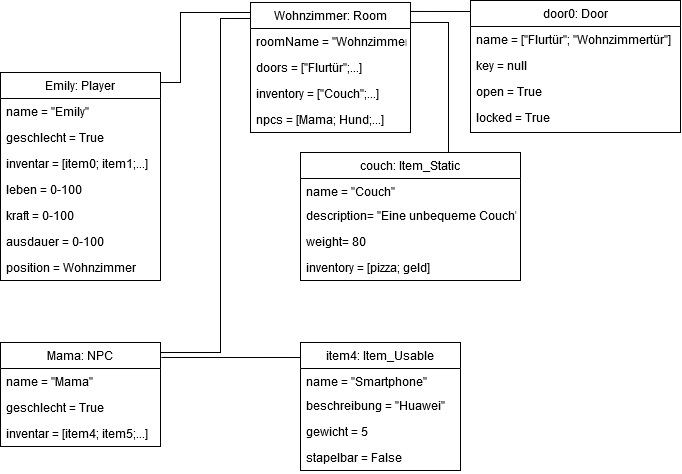
Earlier version of the draw.io export Objektdiagramm.png (Elegond/AE-Text-Adventure). Source tidied: cells renumbered, new cells last; positions are measured from the earlier drawing's top-left corner, leaving out a move shared by most shapes.
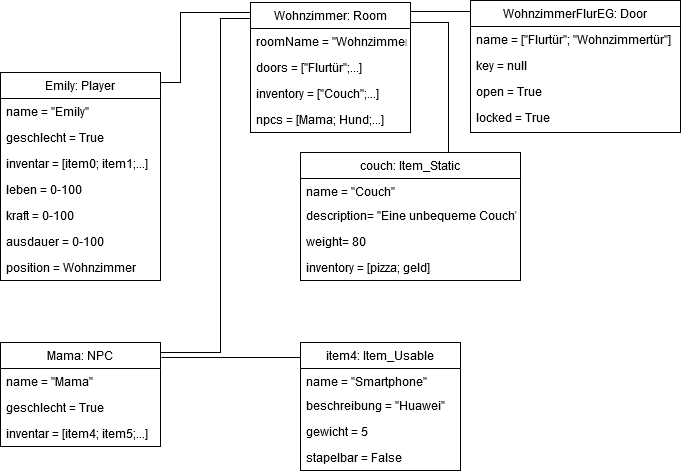
Above is the later version.

The edit, as a diff of the source:
```diff
@@ -109,7 +109,7 @@
         </Array>
       </mxGeometry>
     </mxCell>
-    <mxCell id="29" value="door0: Door" style="swimlane;fontStyle=0;align=center;verticalAlign=top;horizontal=1;startSize=26;rounded=0;shadow=0;strokeWidth=1;" parent="1" vertex="1">
+    <mxCell id="29" value="WohnzimmerFlurEG: Door" style="swimlane;fontStyle=0;align=center;verticalAlign=top;horizontal=1;startSize=26;rounded=0;shadow=0;strokeWidth=1;" parent="1" vertex="1">
       <mxGeometry x="470" width="210" height="132" as="geometry" />
     </mxCell>
     <mxCell id="30" value="name = [&quot;Flurtür&quot;; &quot;Wohnzimmertür&quot;]" style="text;align=left;verticalAlign=top;spacingLeft=4;spacingRight=4;overflow=hidden;" parent="29" vertex="1">
```
